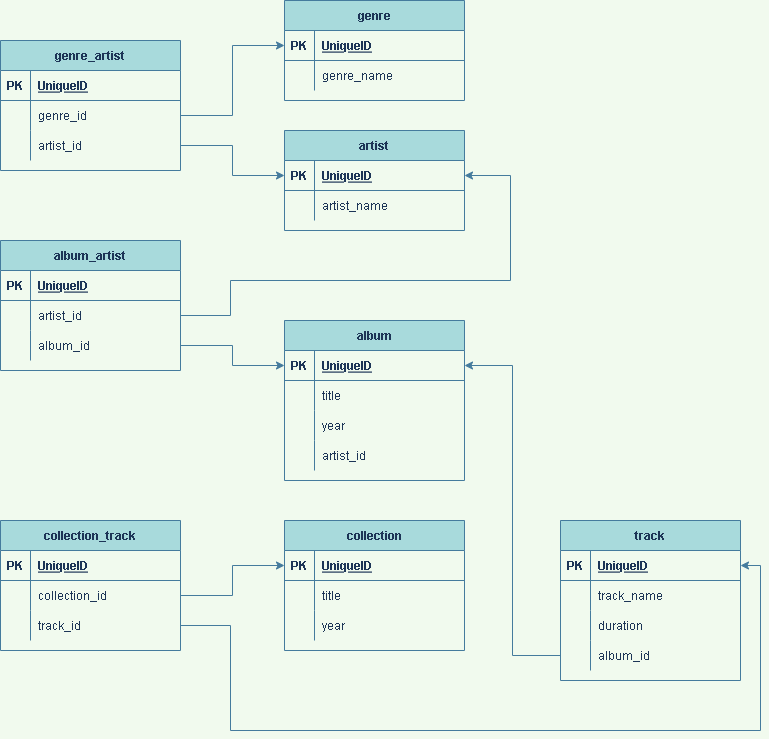
Gerry1Laxy/sql-musical-genres keeps this draw.io diagram as genres/genres_scheme.png. Above is the earlier version. Source tidied: cells renumbered, new cells last; positions are measured from the earlier drawing's top-left corner, leaving out a move shared by most shapes.
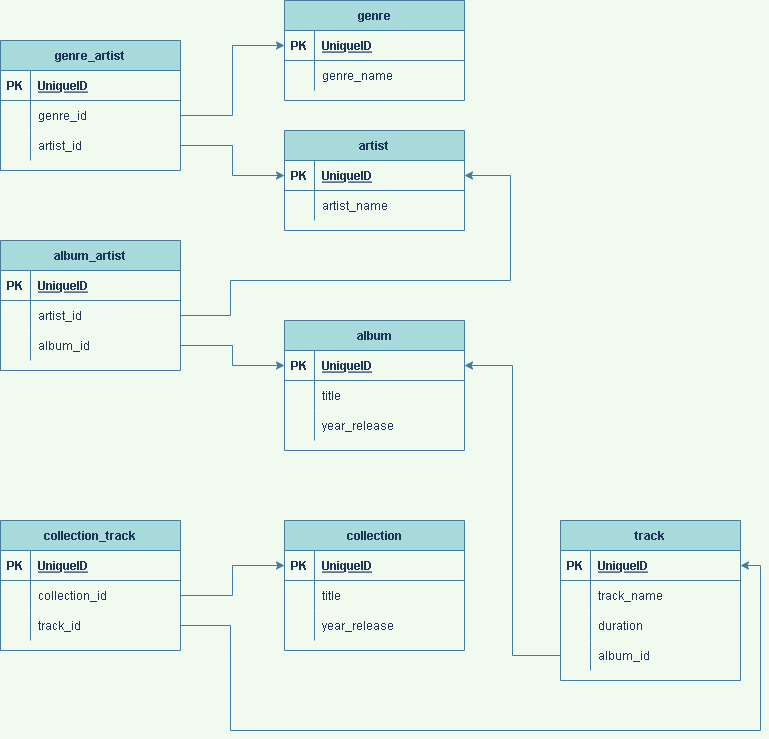
Above is the later version.

Change to the diagram source:
```diff
@@ -45,7 +45,7 @@
       <mxGeometry x="30" width="150" height="30" as="geometry" />
     </mxCell>
     <mxCell id="16" value="album" style="shape=table;startSize=30;rowLines=0;fontStyle=1;align=center;fillColor=#A8DADC;strokeColor=#457B9D;fontColor=#1D3557;" parent="1" vertex="1">
-      <mxGeometry x="284" y="320" width="180" height="160" as="geometry" />
+      <mxGeometry x="284" y="320" width="180" height="130" as="geometry" />
     </mxCell>
     <mxCell id="17" style="shape=tableRow;horizontal=0;startSize=0;swimlaneHead=0;swimlaneBody=0;fillColor=none;points=[[0,0.5],[1,0.5]];portConstraint=eastwest;top=0;left=0;right=0;bottom=1;strokeColor=#457B9D;fontColor=#1D3557;" parent="16" vertex="1">
       <mxGeometry y="30" width="180" height="30" as="geometry" />
@@ -71,18 +71,9 @@
     <mxCell id="24" style="shape=partialRectangle;fillColor=none;top=0;left=0;bottom=0;right=0;overflow=hidden;strokeColor=#457B9D;fontColor=#1D3557;" parent="23" vertex="1">
       <mxGeometry width="30" height="30" as="geometry" />
     </mxCell>
-    <mxCell id="25" value="year" style="shape=partialRectangle;fillColor=none;top=0;left=0;bottom=0;right=0;align=left;spacingLeft=6;overflow=hidden;strokeColor=#457B9D;fontColor=#1D3557;" parent="23" vertex="1">
+    <mxCell id="25" value="year_release" style="shape=partialRectangle;fillColor=none;top=0;left=0;bottom=0;right=0;align=left;spacingLeft=6;overflow=hidden;strokeColor=#457B9D;fontColor=#1D3557;" parent="23" vertex="1">
       <mxGeometry x="30" width="150" height="30" as="geometry" />
     </mxCell>
-    <mxCell id="26" style="shape=tableRow;horizontal=0;startSize=0;swimlaneHead=0;swimlaneBody=0;fillColor=none;top=0;left=0;right=0;bottom=0;strokeColor=#457B9D;fontColor=#1D3557;" parent="16" vertex="1">
-      <mxGeometry y="120" width="180" height="30" as="geometry" />
-    </mxCell>
-    <mxCell id="27" style="shape=partialRectangle;fillColor=none;top=0;left=0;bottom=0;right=0;overflow=hidden;strokeColor=#457B9D;fontColor=#1D3557;" parent="26" vertex="1">
-      <mxGeometry width="30" height="30" as="geometry" />
-    </mxCell>
-    <mxCell id="28" value="artist_id" style="shape=partialRectangle;fillColor=none;top=0;left=0;bottom=0;right=0;align=left;spacingLeft=6;overflow=hidden;strokeColor=#457B9D;fontColor=#1D3557;" parent="26" vertex="1">
-      <mxGeometry x="30" width="150" height="30" as="geometry" />
-    </mxCell>
     <mxCell id="29" value="track" style="shape=table;startSize=30;rowLines=0;fontStyle=1;align=center;fillColor=#A8DADC;strokeColor=#457B9D;fontColor=#1D3557;" parent="1" vertex="1">
       <mxGeometry x="560" y="520" width="180" height="160" as="geometry" />
     </mxCell>
@@ -152,7 +143,7 @@
     <mxCell id="51" style="shape=partialRectangle;fillColor=none;top=0;left=0;bottom=0;right=0;overflow=hidden;strokeColor=#457B9D;fontColor=#1D3557;" parent="50" vertex="1">
       <mxGeometry width="30" height="30" as="geometry" />
     </mxCell>
-    <mxCell id="52" value="year" style="shape=partialRectangle;fillColor=none;top=0;left=0;bottom=0;right=0;align=left;spacingLeft=6;overflow=hidden;strokeColor=#457B9D;fontColor=#1D3557;" parent="50" vertex="1">
+    <mxCell id="52" value="year_release" style="shape=partialRectangle;fillColor=none;top=0;left=0;bottom=0;right=0;align=left;spacingLeft=6;overflow=hidden;strokeColor=#457B9D;fontColor=#1D3557;" parent="50" vertex="1">
       <mxGeometry x="30" width="150" height="30" as="geometry" />
     </mxCell>
     <mxCell id="53" value="genre_artist" style="shape=table;startSize=30;rowLines=0;fontStyle=1;align=center;fontColor=#1D3557;strokeColor=#457B9D;fillColor=#A8DADC;" parent="1" vertex="1">
```
